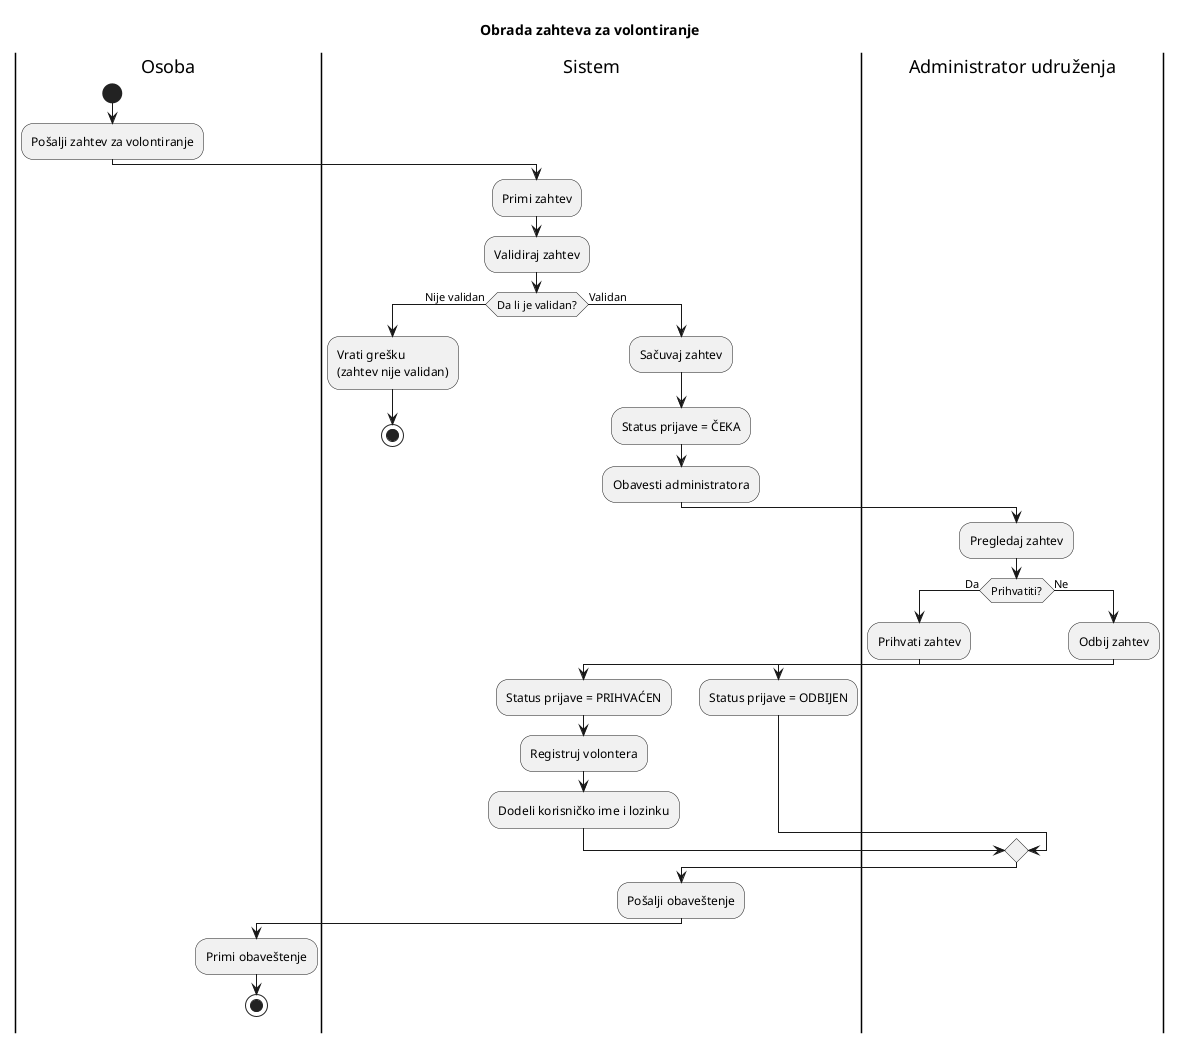
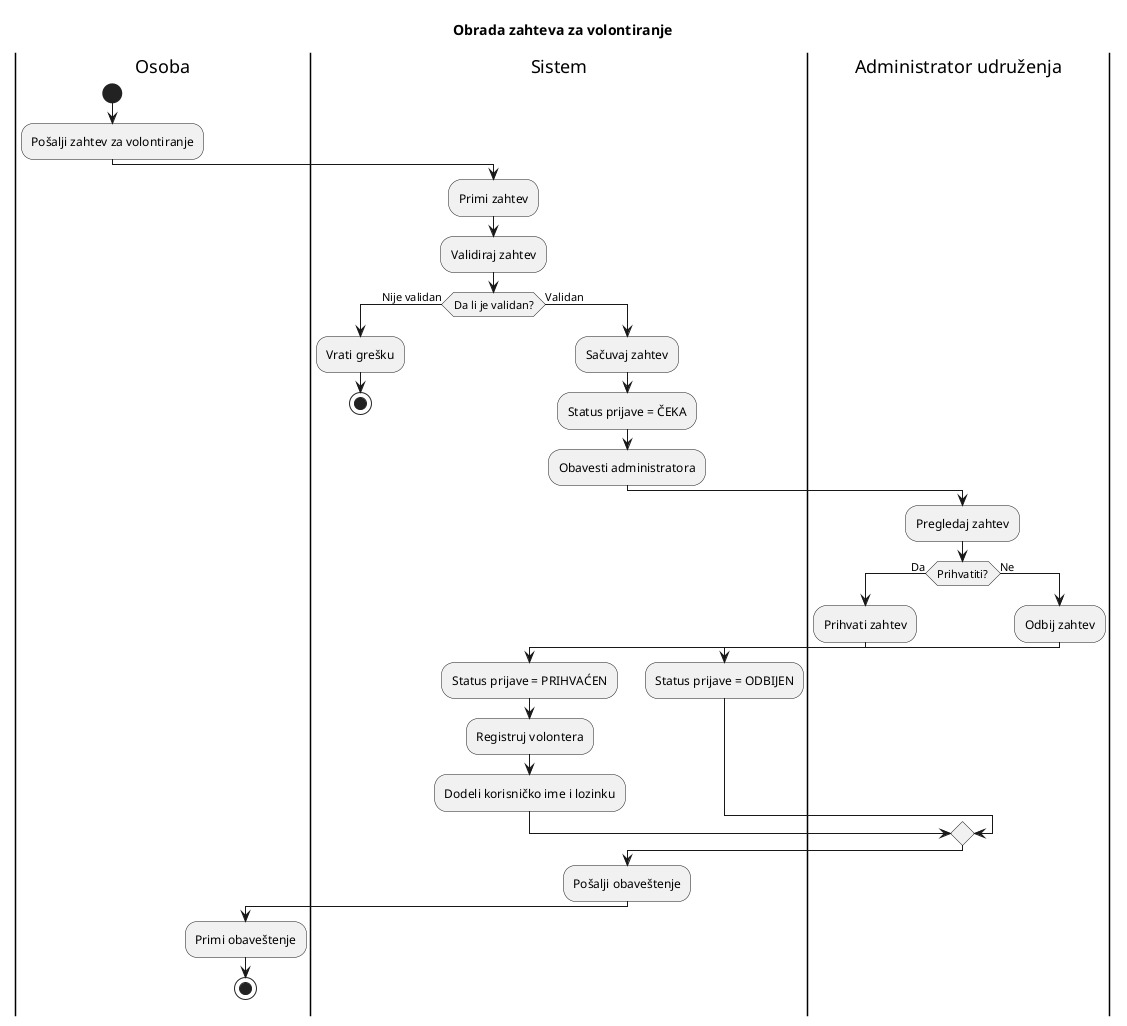
@startuml
title Obrada zahteva za volontiranje

|Osoba|

start

:Pošalji zahtev za volontiranje;

|Sistem|

:Primi zahtev;
:Validiraj zahtev;

if (Da li je validan?) then (Nije validan)

- :Vrati grešku\n(zahtev nije validan);
+ :Vrati grešku;
stop

else (Validan)

:Sačuvaj zahtev;
:Status prijave = ČEKA;
:Obavesti administratora;

|Administrator udruženja|

:Pregledaj zahtev;

if (Prihvatiti?) then (Da)

:Prihvati zahtev;

|Sistem|

:Status prijave = PRIHVAĆEN;
:Registruj volontera;
:Dodeli korisničko ime i lozinku;

else (Ne)

|Administrator udruženja|

:Odbij zahtev;

|Sistem|

:Status prijave = ODBIJEN;

endif

|Sistem|

:Pošalji obaveštenje;

|Osoba|

:Primi obaveštenje;

stop
@enduml
